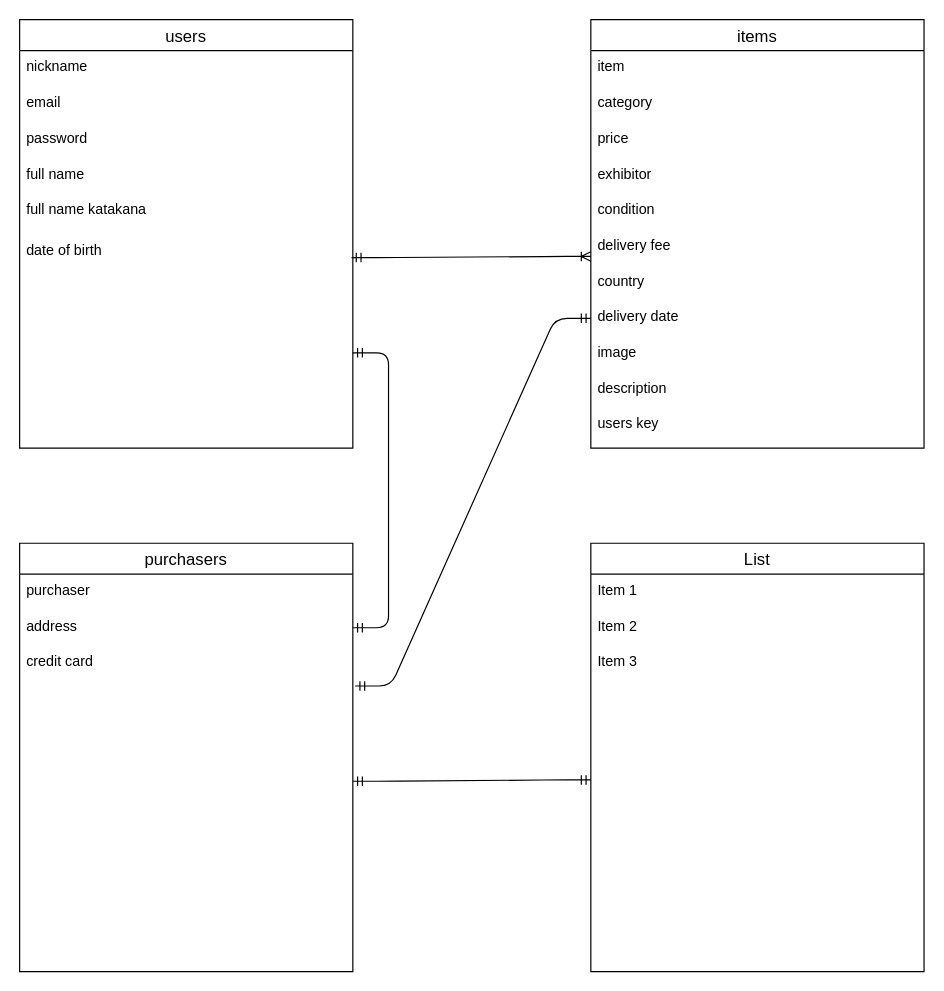
This is test.dio from mtakahashi11/furima-33571, a draw.io file, before an edit. Source tidied: cells renumbered, new cells numbered last; positions are measured from the earlier drawing's top-left corner, leaving out a move shared by most shapes. Both pictures are drawn from the tidied source at 119%, with x=0, y=0 at pixel (19, 19).
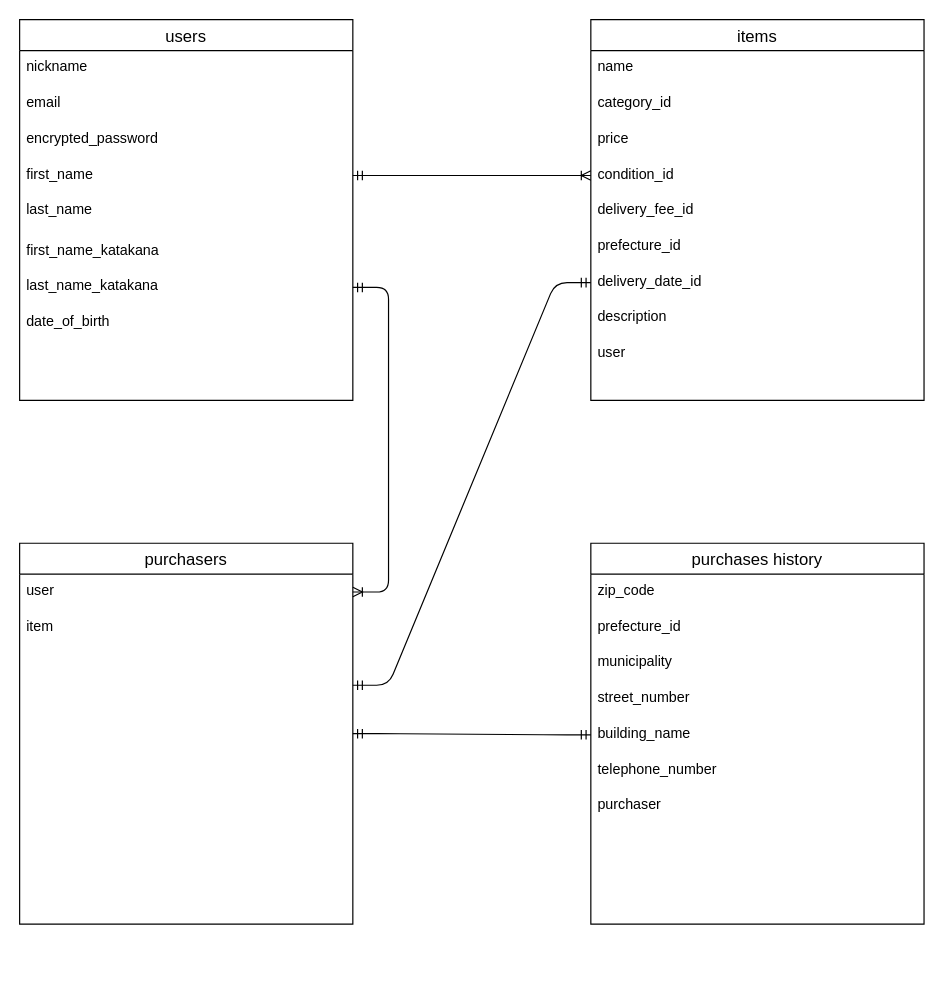
After the change.

Commit message (it also covers changes not shown here):
DB設計の修正

Diff of the diagram source:
```diff
@@
     <mxCell id="2" value="purchasers" style="swimlane;fontStyle=0;horizontal=1;startSize=26;align=center;fontSize=14;" parent="1" vertex="1">
-      <mxGeometry y="440" width="280" height="360" as="geometry" />
+      <mxGeometry y="440" width="280" height="320" as="geometry" />
     </mxCell>
-    <mxCell id="3" value="purchaser&#10;" style="text;strokeColor=none;fillColor=none;spacingLeft=4;spacingRight=4;overflow=hidden;points=[[0,0.5],[1,0.5]];portConstraint=eastwest;fontSize=12;" parent="2" vertex="1">
+    <mxCell id="3" value="user" style="text;strokeColor=none;fillColor=none;spacingLeft=4;spacingRight=4;overflow=hidden;points=[[0,0.5],[1,0.5]];portConstraint=eastwest;fontSize=12;" parent="2" vertex="1">
       <mxGeometry y="26" width="280" height="30" as="geometry" />
     </mxCell>
-    <mxCell id="4" value="address" style="text;strokeColor=none;fillColor=none;spacingLeft=4;spacingRight=4;overflow=hidden;points=[[0,0.5],[1,0.5]];portConstraint=eastwest;fontSize=12;" parent="2" vertex="1">
-      <mxGeometry y="56" width="280" height="30" as="geometry" />
-    </mxCell>
-    <mxCell id="5" value="credit card" style="text;strokeColor=none;fillColor=none;spacingLeft=4;spacingRight=4;overflow=hidden;points=[[0,0.5],[1,0.5]];portConstraint=eastwest;fontSize=12;" parent="2" vertex="1">
-      <mxGeometry y="86" width="280" height="274" as="geometry" />
+    <mxCell id="5" value="item" style="text;strokeColor=none;fillColor=none;spacingLeft=4;spacingRight=4;overflow=hidden;points=[[0,0.5],[1,0.5]];portConstraint=eastwest;fontSize=12;" parent="2" vertex="1">
+      <mxGeometry y="56" width="280" height="264" as="geometry" />
     </mxCell>
     <mxCell id="6" value="items" style="swimlane;fontStyle=0;horizontal=1;startSize=26;align=center;fontSize=14;" parent="1" vertex="1">
-      <mxGeometry x="480" width="280" height="360" as="geometry" />
+      <mxGeometry x="480" width="280" height="320" as="geometry" />
     </mxCell>
-    <mxCell id="7" value="item" style="text;strokeColor=none;fillColor=none;spacingLeft=4;spacingRight=4;overflow=hidden;fontSize=12;" parent="6" vertex="1">
+    <mxCell id="7" value="name" style="text;strokeColor=none;fillColor=none;spacingLeft=4;spacingRight=4;overflow=hidden;fontSize=12;" parent="6" vertex="1">
       <mxGeometry y="26" width="280" height="30" as="geometry" />
     </mxCell>
-    <mxCell id="8" value="category" style="text;strokeColor=none;fillColor=none;spacingLeft=4;spacingRight=4;overflow=hidden;fontSize=12;" parent="6" vertex="1">
+    <mxCell id="8" value="category_id" style="text;strokeColor=none;fillColor=none;spacingLeft=4;spacingRight=4;overflow=hidden;fontSize=12;" parent="6" vertex="1">
       <mxGeometry y="56" width="280" height="30" as="geometry" />
     </mxCell>
@@
-    <mxCell id="10" value="exhibitor" style="text;strokeColor=none;fillColor=none;spacingLeft=4;spacingRight=4;overflow=hidden;points=[[0,0.5],[1,0.5]];portConstraint=eastwest;fontSize=12;" parent="6" vertex="1">
+    <mxCell id="10" value="condition_id" style="text;strokeColor=none;fillColor=none;spacingLeft=4;spacingRight=4;overflow=hidden;points=[[0,0.5],[1,0.5]];portConstraint=eastwest;fontSize=12;" parent="6" vertex="1">
       <mxGeometry y="116" width="280" height="30" as="geometry" />
     </mxCell>
-    <mxCell id="11" value="condition" style="text;strokeColor=none;fillColor=none;spacingLeft=4;spacingRight=4;overflow=hidden;fontSize=12;" parent="6" vertex="1">
-      <mxGeometry y="146" width="280" height="30" as="geometry" />
-    </mxCell>
-    <mxCell id="12" value="delivery fee&#10;" style="text;strokeColor=none;fillColor=none;spacingLeft=4;spacingRight=4;overflow=hidden;points=[[0,0.5],[1,0.5]];portConstraint=eastwest;fontSize=12;" parent="6" vertex="1">
-      <mxGeometry y="176" width="280" height="30" as="geometry" />
+    <mxCell id="12" value="delivery_fee_id" style="text;strokeColor=none;fillColor=none;spacingLeft=4;spacingRight=4;overflow=hidden;points=[[0,0.5],[1,0.5]];portConstraint=eastwest;fontSize=12;" parent="6" vertex="1">
+      <mxGeometry y="146" width="280" height="30" as="geometry" />
     </mxCell>
-    <mxCell id="13" value="country" style="text;strokeColor=none;fillColor=none;spacingLeft=4;spacingRight=4;overflow=hidden;fontSize=12;" parent="6" vertex="1">
-      <mxGeometry y="206" width="280" height="30" as="geometry" />
+    <mxCell id="13" value="prefecture_id" style="text;strokeColor=none;fillColor=none;spacingLeft=4;spacingRight=4;overflow=hidden;fontSize=12;" parent="6" vertex="1">
+      <mxGeometry y="176" width="280" height="30" as="geometry" />
     </mxCell>
-    <mxCell id="14" value="delivery date&#10;" style="text;strokeColor=none;fillColor=none;spacingLeft=4;spacingRight=4;overflow=hidden;points=[[0,0.5],[1,0.5]];portConstraint=eastwest;fontSize=12;" parent="6" vertex="1">
-      <mxGeometry y="236" width="280" height="30" as="geometry" />
+    <mxCell id="14" value="delivery_date_id" style="text;strokeColor=none;fillColor=none;spacingLeft=4;spacingRight=4;overflow=hidden;points=[[0,0.5],[1,0.5]];portConstraint=eastwest;fontSize=12;" parent="6" vertex="1">
+      <mxGeometry y="206" width="280" height="30" as="geometry" />
     </mxCell>
-    <mxCell id="15" value="image&#10;" style="text;strokeColor=none;fillColor=none;spacingLeft=4;spacingRight=4;overflow=hidden;fontSize=12;" parent="6" vertex="1">
-      <mxGeometry y="266" width="280" height="30" as="geometry" />
-    </mxCell>
     <mxCell id="16" value="description&#10;" style="text;strokeColor=none;fillColor=none;spacingLeft=4;spacingRight=4;overflow=hidden;fontSize=12;" parent="6" vertex="1">
-      <mxGeometry y="296" width="280" height="30" as="geometry" />
+      <mxGeometry y="236" width="280" height="30" as="geometry" />
     </mxCell>
-    <mxCell id="17" value="users key" style="text;strokeColor=none;fillColor=none;spacingLeft=4;spacingRight=4;overflow=hidden;fontSize=12;" parent="6" vertex="1">
-      <mxGeometry y="326" width="280" height="34" as="geometry" />
+    <mxCell id="17" value="user" style="text;strokeColor=none;fillColor=none;spacingLeft=4;spacingRight=4;overflow=hidden;fontSize=12;" parent="6" vertex="1">
+      <mxGeometry y="266" width="280" height="54" as="geometry" />
     </mxCell>
     <mxCell id="18" value="users" style="swimlane;fontStyle=0;horizontal=1;startSize=26;align=center;fontSize=14;" parent="1" vertex="1">
-      <mxGeometry width="280" height="360" as="geometry" />
+      <mxGeometry width="280" height="320" as="geometry" />
     </mxCell>
@@
-    <mxCell id="21" value="password&#10;" style="text;strokeColor=none;fillColor=none;spacingLeft=4;spacingRight=4;overflow=hidden;fontSize=12;" parent="18" vertex="1">
+    <mxCell id="21" value="encrypted_password" style="text;strokeColor=none;fillColor=none;spacingLeft=4;spacingRight=4;overflow=hidden;fontSize=12;" parent="18" vertex="1">
       <mxGeometry y="86" width="280" height="30" as="geometry" />
     </mxCell>
-    <mxCell id="22" value="full name&#10;" style="text;strokeColor=none;fillColor=none;spacingLeft=4;spacingRight=4;overflow=hidden;points=[[0,0.5],[1,0.5]];portConstraint=eastwest;fontSize=12;" parent="18" vertex="1">
+    <mxCell id="22" value="first_name" style="text;strokeColor=none;fillColor=none;spacingLeft=4;spacingRight=4;overflow=hidden;points=[[0,0.5],[1,0.5]];portConstraint=eastwest;fontSize=12;" parent="18" vertex="1">
       <mxGeometry y="116" width="280" height="30" as="geometry" />
     </mxCell>
-    <mxCell id="23" value="full name katakana&#10;" style="text;strokeColor=none;fillColor=none;spacingLeft=4;spacingRight=4;overflow=hidden;fontSize=12;" parent="18" vertex="1">
+    <mxCell id="23" value="last_name" style="text;strokeColor=none;fillColor=none;spacingLeft=4;spacingRight=4;overflow=hidden;fontSize=12;" parent="18" vertex="1">
       <mxGeometry y="146" width="280" height="34" as="geometry" />
     </mxCell>
-    <mxCell id="24" value="date of birth&#10;" style="text;strokeColor=none;fillColor=none;spacingLeft=4;spacingRight=4;overflow=hidden;points=[[0,0.5],[1,0.5]];portConstraint=eastwest;fontSize=12;" parent="18" vertex="1">
-      <mxGeometry y="180" width="280" height="180" as="geometry" />
-    </mxCell>
+    <mxCell id="33" value="first_name_katakana" style="text;strokeColor=none;fillColor=none;spacingLeft=4;spacingRight=4;overflow=hidden;fontSize=12;" parent="18" vertex="1">
+      <mxGeometry y="180" width="280" height="30" as="geometry" />
+    </mxCell>
+    <mxCell id="34" value="last_name_katakana" style="text;strokeColor=none;fillColor=none;spacingLeft=4;spacingRight=4;overflow=hidden;points=[[0,0.5],[1,0.5]];portConstraint=eastwest;fontSize=12;" parent="18" vertex="1">
+      <mxGeometry y="210" width="280" height="30" as="geometry" />
+    </mxCell>
+    <mxCell id="35" value="date_of_birth" style="text;strokeColor=none;fillColor=none;spacingLeft=4;spacingRight=4;overflow=hidden;fontSize=12;" parent="18" vertex="1">
+      <mxGeometry y="240" width="280" height="80" as="geometry" />
+    </mxCell>
-    <mxCell id="25" style="edgeStyle=entityRelationEdgeStyle;fontSize=12;html=1;endArrow=ERmandOne;startArrow=ERmandOne;entryX=0;entryY=0.5;entryDx=0;entryDy=0;exitX=1.007;exitY=0.124;exitDx=0;exitDy=0;exitPerimeter=0;" parent="1" edge="1" source="5" target="14">
+    <mxCell id="25" style="edgeStyle=entityRelationEdgeStyle;fontSize=12;html=1;endArrow=ERmandOne;startArrow=ERmandOne;entryX=0;entryY=0.5;entryDx=0;entryDy=0;exitX=1;exitY=0.24;exitDx=0;exitDy=0;exitPerimeter=0;" parent="1" edge="1" source="5" target="14">
       <mxGeometry relative="1" as="geometry" />
     </mxCell>
-    <mxCell id="26" style="edgeStyle=entityRelationEdgeStyle;fontSize=12;html=1;endArrow=ERoneToMany;startArrow=ERmandOne;exitX=0.996;exitY=0.111;exitDx=0;exitDy=0;exitPerimeter=0;entryX=0;entryY=0.767;entryDx=0;entryDy=0;entryPerimeter=0;" parent="1" edge="1" source="24" target="12">
+    <mxCell id="26" style="edgeStyle=entityRelationEdgeStyle;fontSize=12;html=1;endArrow=ERoneToMany;startArrow=ERmandOne;entryX=0;entryY=0.5;entryDx=0;entryDy=0;exitX=1;exitY=0.5;exitDx=0;exitDy=0;" parent="1" edge="1" source="22" target="10">
       <mxGeometry relative="1" as="geometry" />
     </mxCell>
-    <mxCell id="27" value="List" style="swimlane;fontStyle=0;horizontal=1;startSize=26;align=center;fontSize=14;" parent="1" vertex="1">
-      <mxGeometry x="480" y="440" width="280" height="360" as="geometry" />
+    <mxCell id="27" value="purchases history" style="swimlane;fontStyle=0;horizontal=1;startSize=26;align=center;fontSize=14;" parent="1" vertex="1">
+      <mxGeometry x="480" y="440" width="280" height="320" as="geometry" />
     </mxCell>
-    <mxCell id="28" value="Item 1" style="text;strokeColor=none;fillColor=none;spacingLeft=4;spacingRight=4;overflow=hidden;fontSize=12;" parent="27" vertex="1">
+    <mxCell id="28" value="zip_code" style="text;strokeColor=none;fillColor=none;spacingLeft=4;spacingRight=4;overflow=hidden;fontSize=12;" parent="27" vertex="1">
       <mxGeometry y="26" width="280" height="30" as="geometry" />
     </mxCell>
-    <mxCell id="29" value="Item 2" style="text;strokeColor=none;fillColor=none;spacingLeft=4;spacingRight=4;overflow=hidden;fontSize=12;" parent="27" vertex="1">
+    <mxCell id="29" value="prefecture_id" style="text;strokeColor=none;fillColor=none;spacingLeft=4;spacingRight=4;overflow=hidden;fontSize=12;" parent="27" vertex="1">
       <mxGeometry y="56" width="280" height="30" as="geometry" />
     </mxCell>
+    <mxCell id="36" value="municipality" style="text;strokeColor=none;fillColor=none;spacingLeft=4;spacingRight=4;overflow=hidden;fontSize=12;" parent="27" vertex="1">
+      <mxGeometry y="86" width="280" height="30" as="geometry" />
+    </mxCell>
+    <mxCell id="37" value="street_number" style="text;strokeColor=none;fillColor=none;spacingLeft=4;spacingRight=4;overflow=hidden;fontSize=12;" parent="27" vertex="1">
+      <mxGeometry y="116" width="280" height="30" as="geometry" />
+    </mxCell>
+    <mxCell id="38" value="building_name" style="text;strokeColor=none;fillColor=none;spacingLeft=4;spacingRight=4;overflow=hidden;points=[[0,0.5],[1,0.5]];portConstraint=eastwest;fontSize=12;" parent="27" vertex="1">
+      <mxGeometry y="146" width="280" height="30" as="geometry" />
+    </mxCell>
+    <mxCell id="39" value="telephone_number" style="text;strokeColor=none;fillColor=none;spacingLeft=4;spacingRight=4;overflow=hidden;fontSize=12;" parent="27" vertex="1">
+      <mxGeometry y="176" width="280" height="30" as="geometry" />
+    </mxCell>
-    <mxCell id="30" value="Item 3" style="text;strokeColor=none;fillColor=none;spacingLeft=4;spacingRight=4;overflow=hidden;points=[[0,0.5],[1,0.5]];portConstraint=eastwest;fontSize=12;" parent="27" vertex="1">
-      <mxGeometry y="86" width="280" height="274" as="geometry" />
+    <mxCell id="30" value="purchaser" style="text;strokeColor=none;fillColor=none;spacingLeft=4;spacingRight=4;overflow=hidden;points=[[0,0.5],[1,0.5]];portConstraint=eastwest;fontSize=12;" parent="27" vertex="1">
+      <mxGeometry y="206" width="280" height="114" as="geometry" />
     </mxCell>
-    <mxCell id="31" style="edgeStyle=entityRelationEdgeStyle;fontSize=12;html=1;endArrow=ERmandOne;startArrow=ERmandOne;" parent="1" edge="1" target="4">
-      <mxGeometry relative="1" as="geometry">
-        <mxPoint x="280" y="280" as="sourcePoint" />
-      </mxGeometry>
-    </mxCell>
-    <mxCell id="32" style="edgeStyle=entityRelationEdgeStyle;fontSize=12;html=1;endArrow=ERmandOne;startArrow=ERmandOne;entryX=0;entryY=0.412;entryDx=0;entryDy=0;entryPerimeter=0;" parent="1" edge="1" target="30">
-      <mxGeometry relative="1" as="geometry">
-        <mxPoint x="280" y="640" as="sourcePoint" />
-      </mxGeometry>
+    <mxCell id="32" style="edgeStyle=entityRelationEdgeStyle;fontSize=12;html=1;endArrow=ERmandOne;startArrow=ERmandOne;entryX=0;entryY=0.5;entryDx=0;entryDy=0;exitX=1;exitY=0.394;exitDx=0;exitDy=0;exitPerimeter=0;" parent="1" edge="1" source="5" target="38">
+      <mxGeometry relative="1" as="geometry" />
     </mxCell>
+    <mxCell id="40" style="edgeStyle=entityRelationEdgeStyle;fontSize=12;html=1;endArrow=ERoneToMany;startArrow=ERmandOne;entryX=1;entryY=0.5;entryDx=0;entryDy=0;exitX=1;exitY=0.5;exitDx=0;exitDy=0;" parent="1" edge="1" source="34" target="3">
+      <mxGeometry relative="1" as="geometry" />
+    </mxCell>
```
